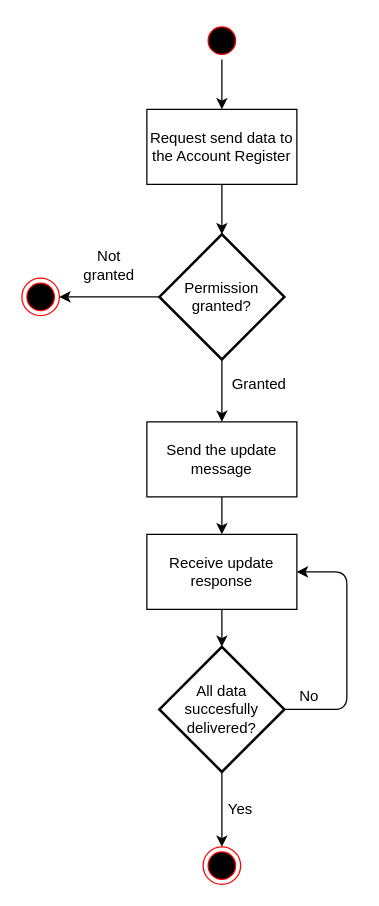
Above: diagrams/flowchart_update.drawio in FinnishCustoms-SuomenTulli/account-register-information-update (draw.io), before the change. Source tidied: cells renumbered, new cells numbered last; positions are measured from the earlier drawing's top-left corner, leaving out a move shared by most shapes. Both pictures are drawn from the tidied source at 125%, with x=0, y=0 at pixel (21, 21).
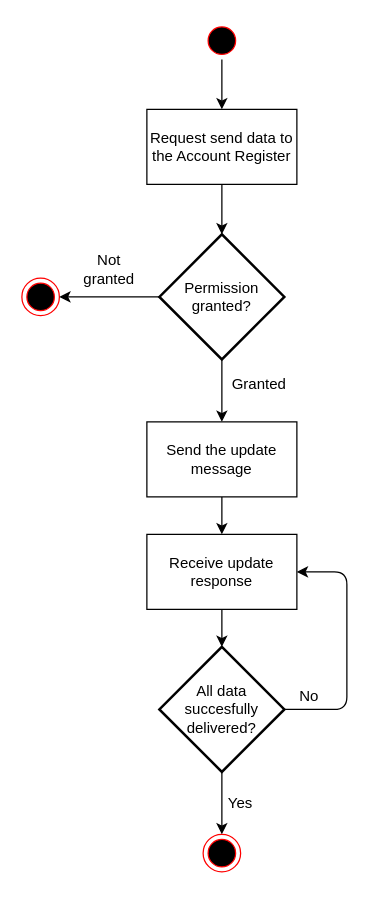
The same page after the edit.

Commit message (it also covers changes not shown here):
TR-304, Kuvan 2.1. termien kääntäminen englanniksi

Unchanged cells that the change refers to:
```xml
<mxCell id="4" style="ellipse;html=1;shape=endState;fillColor=#000000;strokeColor=#ff0000;" parent="1" vertex="1">
  <mxGeometry y="205" width="30" height="30" as="geometry" />
</mxCell>
<mxCell id="8" value="Permission granted?" style="strokeWidth=2;html=1;shape=mxgraph.flowchart.decision;whiteSpace=wrap;direction=south;" parent="1" vertex="1">
  <mxGeometry x="110" y="170" width="100" height="100" as="geometry" />
</mxCell>
```

Diff of the diagram source:
```diff
@@
     <mxCell id="6" style="ellipse;html=1;shape=endState;fillColor=#000000;strokeColor=#ff0000;" parent="1" vertex="1">
-      <mxGeometry x="145" y="660" width="30" height="30" as="geometry" />
+      <mxGeometry x="145" y="650" width="30" height="30" as="geometry" />
     </mxCell>
@@
-    <mxCell id="15" style="endArrow=classic;html=1;entryX=1;entryY=0.5;entryDx=0;entryDy=0;exitX=0.5;exitY=1;exitDx=0;exitDy=0;exitPerimeter=0;" parent="1" edge="1" source="8" target="4">
+    <mxCell id="15" style="endArrow=classic;html=1;entryX=1;entryY=0.5;entryDx=0;entryDy=0;exitX=0.5;exitY=1;exitDx=0;exitDy=0;exitPerimeter=0;verticalAlign=bottom;" parent="1" edge="1" source="8" target="4">
       <mxGeometry relative="1" as="geometry" />
     </mxCell>
-    <mxCell id="16" value="Not granted" style="text;html=1;strokeColor=none;fillColor=none;align=center;verticalAlign=middle;whiteSpace=wrap;rounded=0;" parent="1" vertex="1">
-      <mxGeometry x="50" y="185" width="40" height="20" as="geometry" />
+    <mxCell id="16" value="Not granted" style="text;html=1;strokeColor=none;fillColor=none;align=center;verticalAlign=bottom;whiteSpace=wrap;rounded=0;" parent="1" vertex="1">
+      <mxGeometry x="50" y="195" width="40" height="20" as="geometry" />
     </mxCell>
@@
     <mxCell id="22" value="Yes" style="text;html=1;strokeColor=none;fillColor=none;align=center;verticalAlign=middle;whiteSpace=wrap;rounded=0;" parent="1" vertex="1">
-      <mxGeometry x="155" y="620" width="40" height="20" as="geometry" />
+      <mxGeometry x="155" y="615" width="40" height="20" as="geometry" />
     </mxCell>
```
